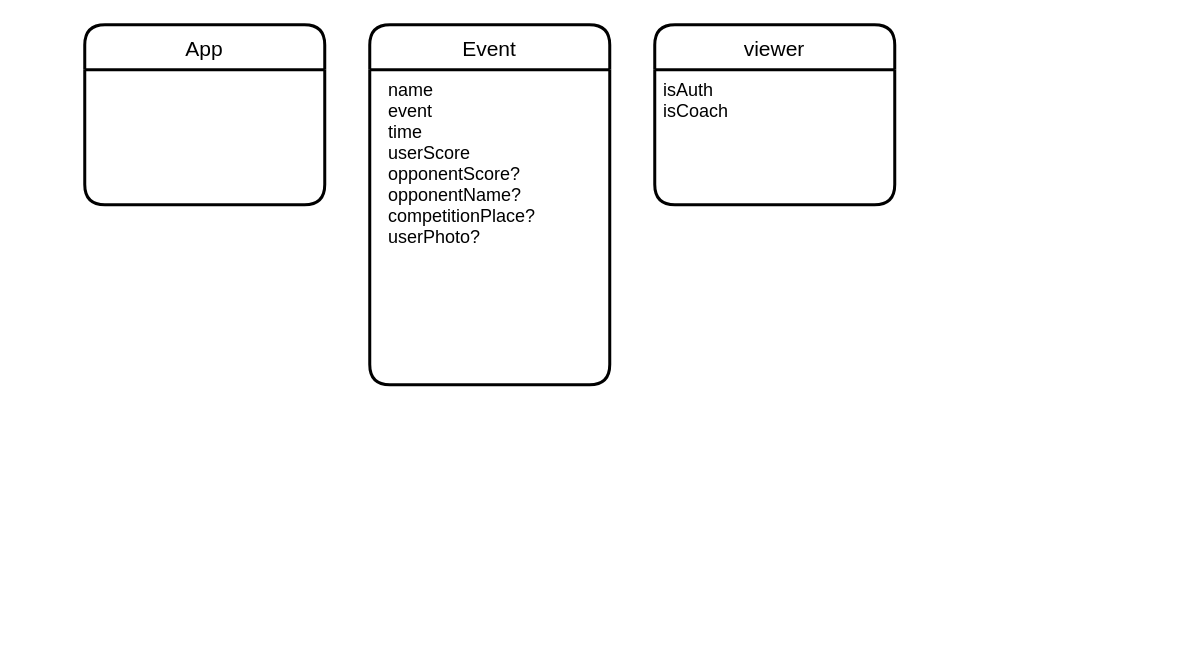
Above: page "Страница 1" (1 of 2) of docs/app_store.drawio in progDevtoritollo/ArcherDesktop (draw.io), before the change. Source tidied: cells renumbered, new cells numbered last; positions are measured from the earlier drawing's top-left corner, leaving out a move shared by most shapes. Both pictures are drawn from the tidied source at 150%, with x=0, y=0 at pixel (84, 24).
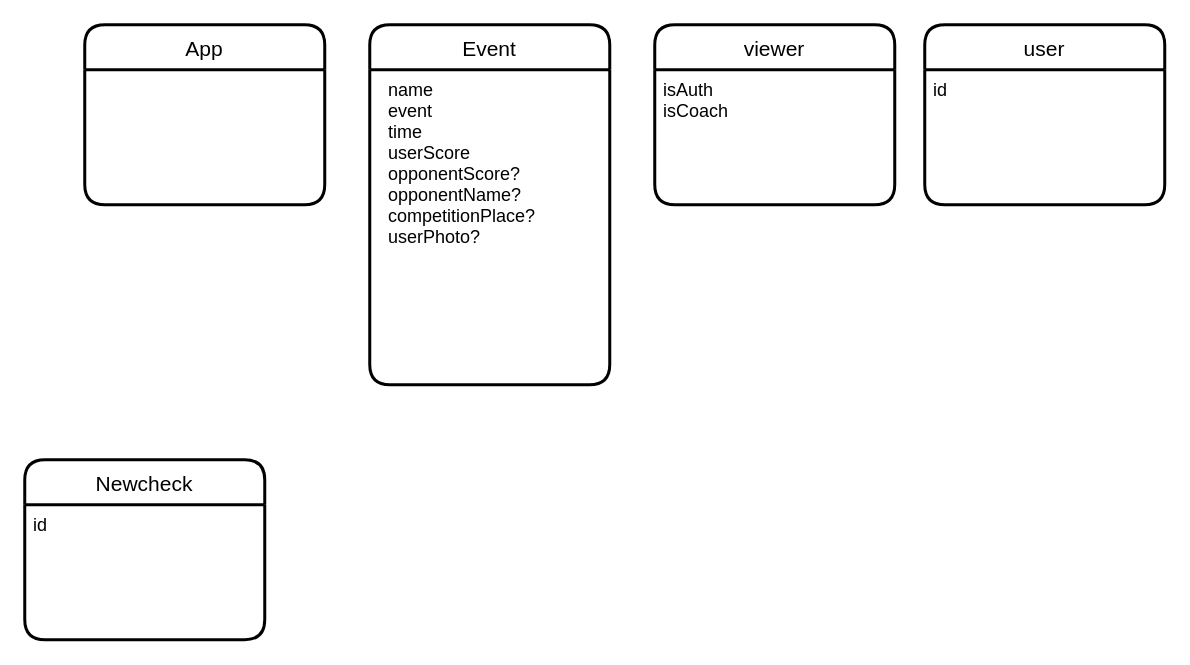
After the change.

Diff of the diagram source:
```diff
@@
 <mxGraphModel>
   <root>
     <mxCell id="0" />
     <mxCell id="1" parent="0" />
     <mxCell id="2" value="Event" style="swimlane;horizontal=1;startSize=30;rounded=1;fontSize=14;fontStyle=0;strokeWidth=2;shadow=0;dashed=0;align=center;" parent="1" vertex="1">
       <mxGeometry x="190" width="160" height="240" as="geometry" />
     </mxCell>
     <mxCell id="3" value="  name&#10;  event &#10;  time&#10;  userScore&#10;  opponentScore?&#10;  opponentName?&#10;  competitionPlace?&#10;  userPhoto?" style="align=left;strokeColor=none;fillColor=none;spacingLeft=4;fontSize=12;verticalAlign=top;" parent="2" vertex="1">
       <mxGeometry y="30" width="160" height="210" as="geometry" />
     </mxCell>
     <mxCell id="4" value="App" style="swimlane;horizontal=1;startSize=30;rounded=1;fontSize=14;fontStyle=0;strokeWidth=2;shadow=0;dashed=0;align=center;" parent="1" vertex="1">
       <mxGeometry width="160" height="120" as="geometry" />
     </mxCell>
     <mxCell id="5" value="&#10;" style="align=left;strokeColor=none;fillColor=none;spacingLeft=4;fontSize=12;verticalAlign=top;" parent="4" vertex="1">
       <mxGeometry y="30" width="160" height="90" as="geometry" />
     </mxCell>
     <mxCell id="6" value="viewer" style="swimlane;horizontal=1;startSize=30;rounded=1;fontSize=14;fontStyle=0;strokeWidth=2;shadow=0;dashed=0;align=center;" parent="1" vertex="1">
       <mxGeometry x="380" width="160" height="120" as="geometry" />
     </mxCell>
     <mxCell id="7" value="isAuth&#10;isCoach" style="align=left;strokeColor=none;fillColor=none;spacingLeft=4;fontSize=12;verticalAlign=top;" parent="6" vertex="1">
       <mxGeometry y="30" width="160" height="90" as="geometry" />
     </mxCell>
+    <mxCell id="8" value="user" style="swimlane;horizontal=1;startSize=30;rounded=1;fontSize=14;fontStyle=0;strokeWidth=2;shadow=0;dashed=0;align=center;" parent="1" vertex="1">
+      <mxGeometry x="560" width="160" height="120" as="geometry" />
+    </mxCell>
+    <mxCell id="9" value="id" style="align=left;strokeColor=none;fillColor=none;spacingLeft=4;fontSize=12;verticalAlign=top;" parent="8" vertex="1">
+      <mxGeometry y="30" width="160" height="90" as="geometry" />
+    </mxCell>
+    <mxCell id="10" value="Newcheck" style="swimlane;horizontal=1;startSize=30;rounded=1;fontSize=14;fontStyle=0;strokeWidth=2;shadow=0;dashed=0;align=center;" parent="1" vertex="1">
+      <mxGeometry x="-40" y="290" width="160" height="120" as="geometry" />
+    </mxCell>
+    <mxCell id="11" value="id" style="align=left;strokeColor=none;fillColor=none;spacingLeft=4;fontSize=12;verticalAlign=top;" parent="10" vertex="1">
+      <mxGeometry y="30" width="160" height="90" as="geometry" />
+    </mxCell>
   </root>
 </mxGraphModel>
```
